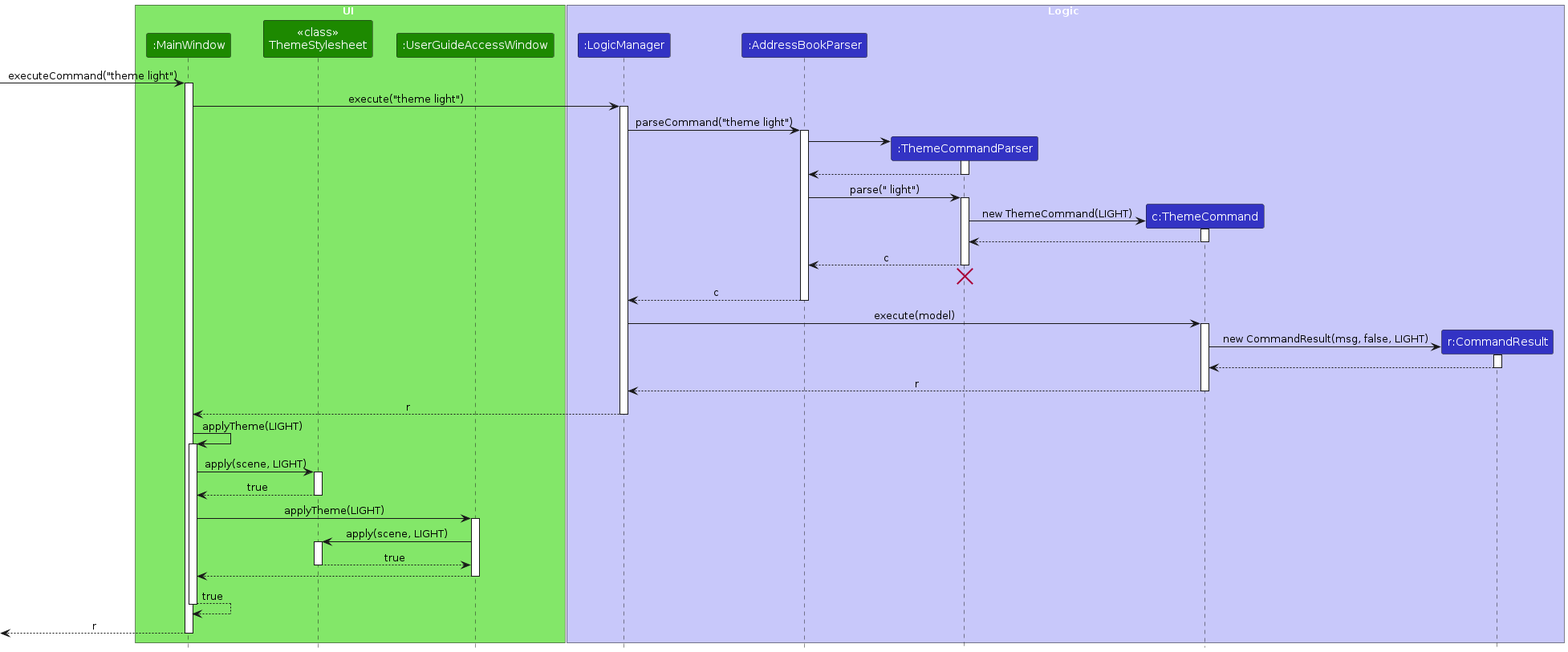
This is diagrams/ThemeSequenceDiagram.png from AY2627S1-CS2103T-T13-1/tp, a PlantUML export, as it was before one commit. Its source is kept beside it as diagrams/ThemeSequenceDiagram.puml. The source it was exported from:
```plantuml
@startuml
!include style.puml
skinparam ArrowFontStyle plain

box UI UI_COLOR_T1
participant ":MainWindow" as MainWindow UI_COLOR
participant "<<class>>\nThemeStylesheet" as ThemeStylesheet UI_COLOR
participant ":UserGuideAccessWindow" as UserGuideAccessWindow UI_COLOR
end box

box Logic LOGIC_COLOR_T1
participant ":LogicManager" as LogicManager LOGIC_COLOR
participant ":AddressBookParser" as AddressBookParser LOGIC_COLOR
participant ":ThemeCommandParser" as ThemeCommandParser LOGIC_COLOR
participant "c:ThemeCommand" as ThemeCommand LOGIC_COLOR
participant "r:CommandResult" as CommandResult LOGIC_COLOR
end box

[-> MainWindow : executeCommand("theme light")
activate MainWindow

MainWindow -> LogicManager : execute("theme light")
activate LogicManager

LogicManager -> AddressBookParser : parseCommand("theme light")
activate AddressBookParser

create ThemeCommandParser
AddressBookParser -> ThemeCommandParser
activate ThemeCommandParser

ThemeCommandParser --> AddressBookParser
deactivate ThemeCommandParser

AddressBookParser -> ThemeCommandParser : parse(" light")
activate ThemeCommandParser

create ThemeCommand
ThemeCommandParser -> ThemeCommand : new ThemeCommand(LIGHT)
activate ThemeCommand

ThemeCommand --> ThemeCommandParser
deactivate ThemeCommand

ThemeCommandParser --> AddressBookParser : c
deactivate ThemeCommandParser
ThemeCommandParser -[hidden]-> AddressBookParser
destroy ThemeCommandParser

AddressBookParser --> LogicManager : c
deactivate AddressBookParser

LogicManager -> ThemeCommand : execute(model)
activate ThemeCommand

create CommandResult
ThemeCommand -> CommandResult : new CommandResult(msg, false, LIGHT)
activate CommandResult

CommandResult --> ThemeCommand
deactivate CommandResult

ThemeCommand --> LogicManager : r
deactivate ThemeCommand

LogicManager --> MainWindow : r
deactivate LogicManager

MainWindow -> MainWindow : applyTheme(LIGHT)
activate MainWindow

MainWindow -> ThemeStylesheet : apply(scene, LIGHT)
activate ThemeStylesheet

ThemeStylesheet --> MainWindow : true
deactivate ThemeStylesheet

MainWindow -> UserGuideAccessWindow : applyTheme(LIGHT)
activate UserGuideAccessWindow

UserGuideAccessWindow -> ThemeStylesheet : apply(scene, LIGHT)
activate ThemeStylesheet

ThemeStylesheet --> UserGuideAccessWindow : true
deactivate ThemeStylesheet

UserGuideAccessWindow --> MainWindow
deactivate UserGuideAccessWindow

MainWindow --> MainWindow : true
deactivate MainWindow

[<-- MainWindow : r
deactivate MainWindow
@enduml
```
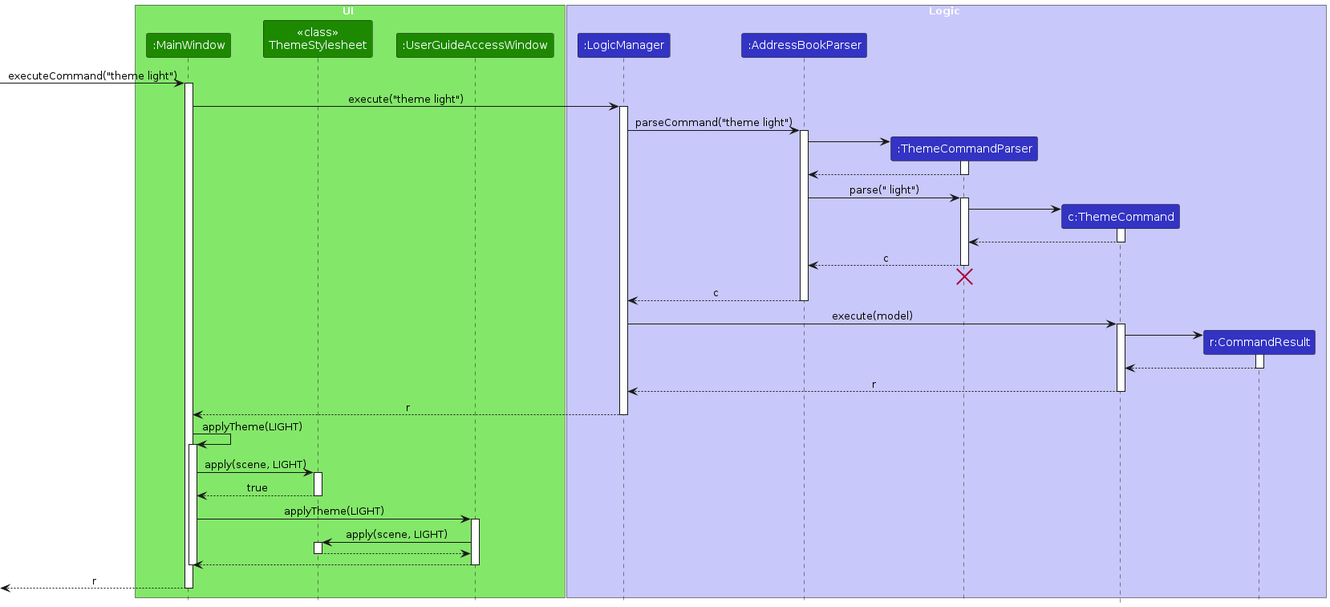
After the commit.

The edit, as a diff of the source:
```diff
@@ -36,7 +36,7 @@
 activate ThemeCommandParser
 
 create ThemeCommand
-ThemeCommandParser -> ThemeCommand : new ThemeCommand(LIGHT)
+ThemeCommandParser -> ThemeCommand
 activate ThemeCommand
 
 ThemeCommand --> ThemeCommandParser
@@ -54,7 +54,7 @@
 activate ThemeCommand
 
 create CommandResult
-ThemeCommand -> CommandResult : new CommandResult(msg, false, LIGHT)
+ThemeCommand -> CommandResult
 activate CommandResult
 
 CommandResult --> ThemeCommand
@@ -81,13 +81,12 @@
 UserGuideAccessWindow -> ThemeStylesheet : apply(scene, LIGHT)
 activate ThemeStylesheet
 
-ThemeStylesheet --> UserGuideAccessWindow : true
+ThemeStylesheet --> UserGuideAccessWindow
 deactivate ThemeStylesheet
 
 UserGuideAccessWindow --> MainWindow
 deactivate UserGuideAccessWindow
 
-MainWindow --> MainWindow : true
 deactivate MainWindow
 
 [<-- MainWindow : r
```
